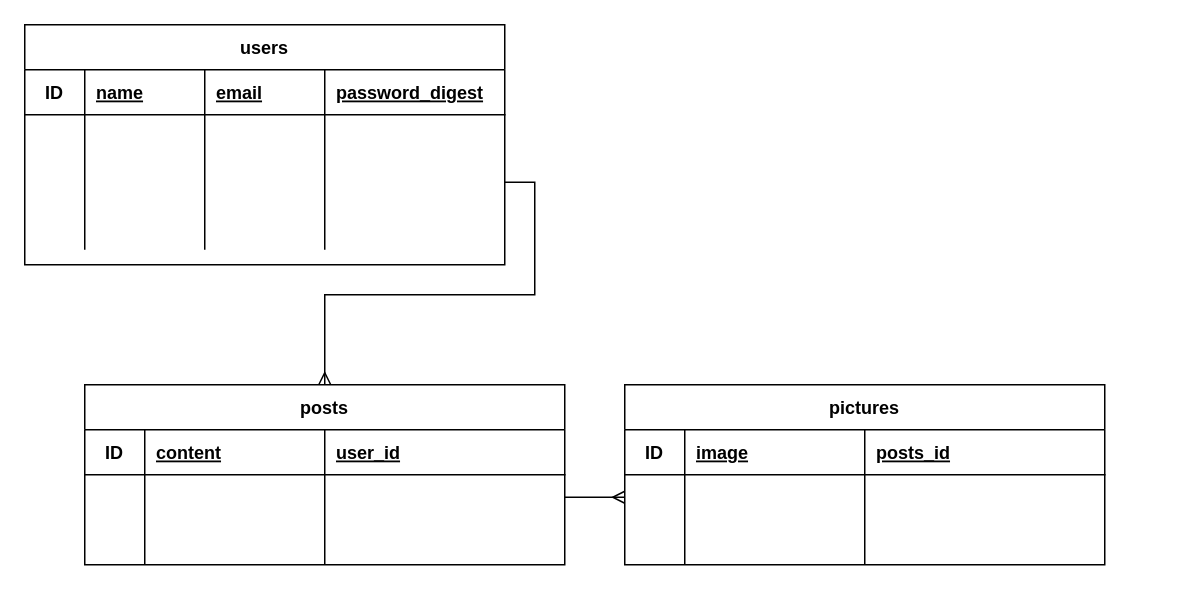
This is er.dio from KajiyamaYuuki/FacebookClone, a draw.io file, before an edit. Source tidied: cells renumbered, new cells numbered last; positions are measured from the earlier drawing's top-left corner, leaving out a move shared by most shapes. Both pictures are drawn from the tidied source at 150%, with x=0, y=0 at pixel (24, 24).
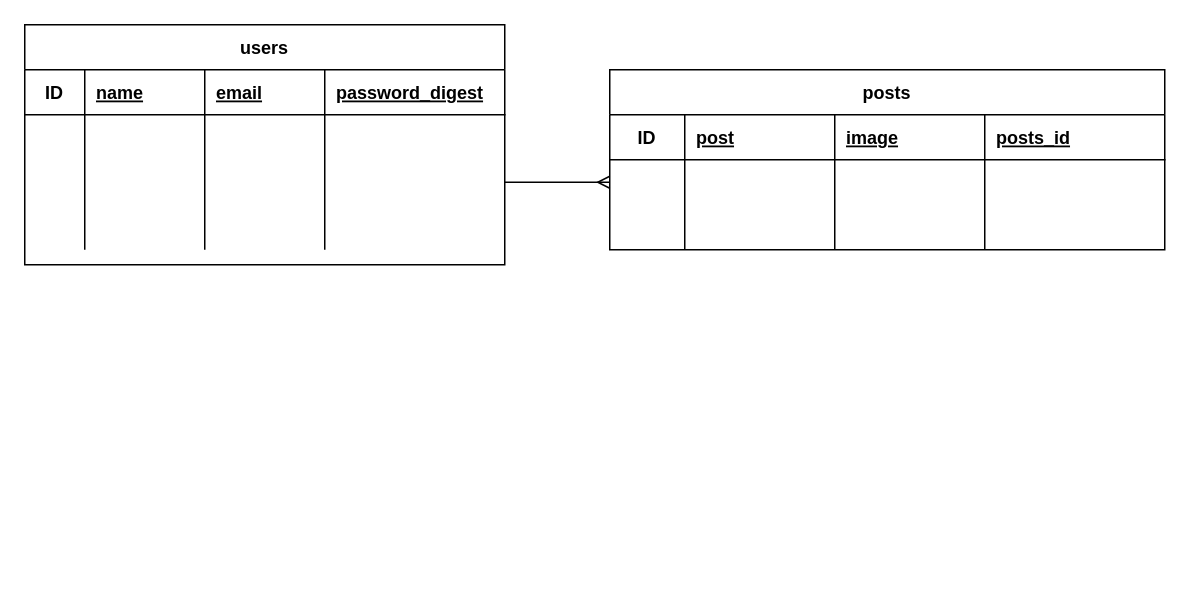
The same page after the edit.

The change refers to these unchanged cells:
```xml
<mxCell id="13" style="shape=partialRectangle;fillColor=none;top=0;left=0;bottom=0;right=0;points=[[0,0.5],[1,0.5]];portConstraint=eastwest;" parent="2" vertex="1">
  <mxGeometry y="90" width="320" height="30" as="geometry" />
</mxCell>
```

The edit, as a diff of the source:
```diff
@@
-    <mxCell id="23" value="posts" style="shape=table;startSize=30;childLayout=tableLayout;rowLines=0;fontStyle=1;align=center;" parent="1" vertex="1">
-      <mxGeometry x="40" y="240" width="320" height="120" as="geometry" />
-    </mxCell>
-    <mxCell id="24" style="shape=partialRectangle;fillColor=none;top=0;left=0;bottom=1;right=0;" parent="23" vertex="1">
-      <mxGeometry y="30" width="320" height="30" as="geometry" />
-    </mxCell>
-    <mxCell id="25" value="ID" style="shape=partialRectangle;fillColor=none;top=0;left=0;bottom=0;right=0;fontStyle=1;overflow=hidden;" parent="24" vertex="1">
-      <mxGeometry width="40" height="30" as="geometry" />
-    </mxCell>
-    <mxCell id="26" value="content" style="shape=partialRectangle;fillColor=none;top=0;left=0;bottom=0;right=0;align=left;spacingLeft=6;fontStyle=5;overflow=hidden;" parent="24" vertex="1">
-      <mxGeometry x="40" width="120" height="30" as="geometry" />
-    </mxCell>
-    <mxCell id="27" value="user_id" style="shape=partialRectangle;fillColor=none;top=0;left=0;bottom=0;right=0;align=left;spacingLeft=6;fontStyle=5;overflow=hidden;" parent="24" vertex="1">
-      <mxGeometry x="160" width="160" height="30" as="geometry" />
-    </mxCell>
-    <mxCell id="28" style="shape=partialRectangle;fillColor=none;top=0;left=0;bottom=0;right=0;points=[[0,0.5],[1,0.5]];portConstraint=eastwest;" parent="23" vertex="1">
-      <mxGeometry y="60" width="320" height="30" as="geometry" />
-    </mxCell>
-    <mxCell id="29" style="shape=partialRectangle;fillColor=none;top=0;left=0;bottom=0;right=0;overflow=hidden;" parent="28" vertex="1">
-      <mxGeometry width="40" height="30" as="geometry" />
-    </mxCell>
-    <mxCell id="30" style="shape=partialRectangle;fillColor=none;top=0;left=0;bottom=0;right=0;align=left;spacingLeft=6;overflow=hidden;" parent="28" vertex="1">
-      <mxGeometry x="40" width="120" height="30" as="geometry" />
-    </mxCell>
-    <mxCell id="31" style="shape=partialRectangle;fillColor=none;top=0;left=0;bottom=0;right=0;align=left;spacingLeft=6;overflow=hidden;" parent="28" vertex="1">
-      <mxGeometry x="160" width="160" height="30" as="geometry" />
-    </mxCell>
-    <mxCell id="32" style="shape=partialRectangle;fillColor=none;top=0;left=0;bottom=0;right=0;" parent="23" vertex="1">
-      <mxGeometry y="90" width="320" height="30" as="geometry" />
-    </mxCell>
-    <mxCell id="33" style="shape=partialRectangle;fillColor=none;top=0;left=0;bottom=0;right=0;overflow=hidden;" parent="32" vertex="1">
-      <mxGeometry width="40" height="30" as="geometry" />
-    </mxCell>
-    <mxCell id="34" style="shape=partialRectangle;fillColor=none;top=0;left=0;bottom=0;right=0;align=left;spacingLeft=6;overflow=hidden;" parent="32" vertex="1">
-      <mxGeometry x="40" width="120" height="30" as="geometry" />
-    </mxCell>
-    <mxCell id="35" style="shape=partialRectangle;fillColor=none;top=0;left=0;bottom=0;right=0;align=left;spacingLeft=6;overflow=hidden;" parent="32" vertex="1">
-      <mxGeometry x="160" width="160" height="30" as="geometry" />
-    </mxCell>
-    <mxCell id="36" value="pictures" style="shape=table;startSize=30;childLayout=tableLayout;rowLines=0;fontStyle=1;align=center;" parent="1" vertex="1">
-      <mxGeometry x="400" y="240" width="320" height="120" as="geometry" />
+    <mxCell id="36" value="posts" style="shape=table;startSize=30;childLayout=tableLayout;rowLines=0;fontStyle=1;align=center;" parent="1" vertex="1">
+      <mxGeometry x="390" y="30" width="370" height="120" as="geometry" />
     </mxCell>
     <mxCell id="37" style="shape=partialRectangle;fillColor=none;top=0;left=0;bottom=1;right=0;" parent="36" vertex="1">
-      <mxGeometry y="30" width="320" height="30" as="geometry" />
+      <mxGeometry y="30" width="370" height="30" as="geometry" />
     </mxCell>
     <mxCell id="38" value="ID" style="shape=partialRectangle;fillColor=none;top=0;left=0;bottom=0;right=0;fontStyle=1;overflow=hidden;" parent="37" vertex="1">
-      <mxGeometry width="40" height="30" as="geometry" />
+      <mxGeometry width="50" height="30" as="geometry" />
     </mxCell>
-    <mxCell id="39" value="image" style="shape=partialRectangle;fillColor=none;top=0;left=0;bottom=0;right=0;align=left;spacingLeft=6;fontStyle=5;overflow=hidden;" parent="37" vertex="1">
-      <mxGeometry x="40" width="120" height="30" as="geometry" />
+    <mxCell id="39" value="post" style="shape=partialRectangle;fillColor=none;top=0;left=0;bottom=0;right=0;align=left;spacingLeft=6;fontStyle=5;overflow=hidden;" parent="37" vertex="1">
+      <mxGeometry x="50" width="100" height="30" as="geometry" />
     </mxCell>
+    <mxCell id="50" value="image" style="shape=partialRectangle;fillColor=none;top=0;left=0;bottom=0;right=0;align=left;spacingLeft=6;fontStyle=5;overflow=hidden;" parent="37" vertex="1">
+      <mxGeometry x="150" width="100" height="30" as="geometry" />
+    </mxCell>
     <mxCell id="40" value="posts_id" style="shape=partialRectangle;fillColor=none;top=0;left=0;bottom=0;right=0;align=left;spacingLeft=6;fontStyle=5;overflow=hidden;" parent="37" vertex="1">
-      <mxGeometry x="160" width="160" height="30" as="geometry" />
+      <mxGeometry x="250" width="120" height="30" as="geometry" />
     </mxCell>
     <mxCell id="41" style="shape=partialRectangle;fillColor=none;top=0;left=0;bottom=0;right=0;points=[[0,0.5],[1,0.5]];portConstraint=eastwest;" parent="36" vertex="1">
-      <mxGeometry y="60" width="320" height="30" as="geometry" />
+      <mxGeometry y="60" width="370" height="30" as="geometry" />
     </mxCell>
     <mxCell id="42" style="shape=partialRectangle;fillColor=none;top=0;left=0;bottom=0;right=0;overflow=hidden;" parent="41" vertex="1">
-      <mxGeometry width="40" height="30" as="geometry" />
+      <mxGeometry width="50" height="30" as="geometry" />
     </mxCell>
     <mxCell id="43" style="shape=partialRectangle;fillColor=none;top=0;left=0;bottom=0;right=0;align=left;spacingLeft=6;overflow=hidden;" parent="41" vertex="1">
-      <mxGeometry x="40" width="120" height="30" as="geometry" />
+      <mxGeometry x="50" width="100" height="30" as="geometry" />
     </mxCell>
+    <mxCell id="51" style="shape=partialRectangle;fillColor=none;top=0;left=0;bottom=0;right=0;align=left;spacingLeft=6;overflow=hidden;" parent="41" vertex="1">
+      <mxGeometry x="150" width="100" height="30" as="geometry" />
+    </mxCell>
     <mxCell id="44" style="shape=partialRectangle;fillColor=none;top=0;left=0;bottom=0;right=0;align=left;spacingLeft=6;overflow=hidden;" parent="41" vertex="1">
-      <mxGeometry x="160" width="160" height="30" as="geometry" />
+      <mxGeometry x="250" width="120" height="30" as="geometry" />
     </mxCell>
     <mxCell id="45" style="shape=partialRectangle;fillColor=none;top=0;left=0;bottom=0;right=0;" parent="36" vertex="1">
-      <mxGeometry y="90" width="320" height="30" as="geometry" />
+      <mxGeometry y="90" width="370" height="30" as="geometry" />
     </mxCell>
     <mxCell id="46" style="shape=partialRectangle;fillColor=none;top=0;left=0;bottom=0;right=0;overflow=hidden;" parent="45" vertex="1">
-      <mxGeometry width="40" height="30" as="geometry" />
+      <mxGeometry width="50" height="30" as="geometry" />
     </mxCell>
     <mxCell id="47" style="shape=partialRectangle;fillColor=none;top=0;left=0;bottom=0;right=0;align=left;spacingLeft=6;overflow=hidden;" parent="45" vertex="1">
-      <mxGeometry x="40" width="120" height="30" as="geometry" />
+      <mxGeometry x="50" width="100" height="30" as="geometry" />
     </mxCell>
+    <mxCell id="52" style="shape=partialRectangle;fillColor=none;top=0;left=0;bottom=0;right=0;align=left;spacingLeft=6;overflow=hidden;" parent="45" vertex="1">
+      <mxGeometry x="150" width="100" height="30" as="geometry" />
+    </mxCell>
     <mxCell id="48" style="shape=partialRectangle;fillColor=none;top=0;left=0;bottom=0;right=0;align=left;spacingLeft=6;overflow=hidden;" parent="45" vertex="1">
-      <mxGeometry x="160" width="160" height="30" as="geometry" />
+      <mxGeometry x="250" width="120" height="30" as="geometry" />
     </mxCell>
-    <mxCell id="49" style="edgeStyle=orthogonalEdgeStyle;rounded=0;jettySize=auto;html=1;exitX=1;exitY=0.5;exitDx=0;exitDy=0;entryX=0.5;entryY=0;entryDx=0;entryDy=0;endArrow=ERmany;endFill=0;" parent="1" edge="1" source="13" target="23">
+    <mxCell id="49" style="edgeStyle=orthogonalEdgeStyle;rounded=0;jettySize=auto;html=1;exitX=1;exitY=0.5;exitDx=0;exitDy=0;entryX=0;entryY=0.5;entryDx=0;entryDy=0;endArrow=ERmany;endFill=0;" parent="1" edge="1" source="13" target="41">
       <mxGeometry relative="1" as="geometry" />
     </mxCell>
-    <mxCell id="50" style="edgeStyle=orthogonalEdgeStyle;rounded=0;jettySize=auto;html=1;entryX=0;entryY=0.5;entryDx=0;entryDy=0;endArrow=ERmany;endFill=0;exitX=1;exitY=0.5;exitDx=0;exitDy=0;" parent="1" edge="1" source="28" target="41">
-      <mxGeometry relative="1" as="geometry">
-        <Array as="points">
-          <mxPoint x="370" y="315" />
-          <mxPoint x="370" y="315" />
-        </Array>
-      </mxGeometry>
-    </mxCell>
```
